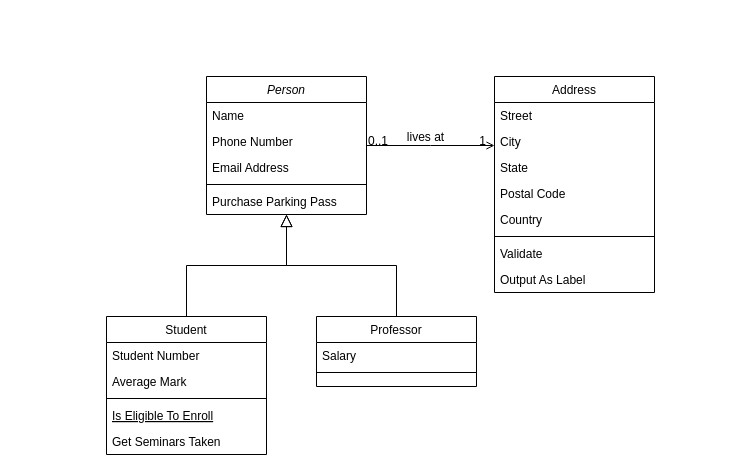
This is docs/img/Untitled Diagram.drawio from denmaloyreb/arch_stage1, a draw.io file, before an edit. Source tidied: cells renumbered, new cells numbered last; positions are measured from the earlier drawing's top-left corner, leaving out a move shared by most shapes. Both pictures are drawn from the tidied source at 100%, with x=0, y=0 at pixel (106, 76).
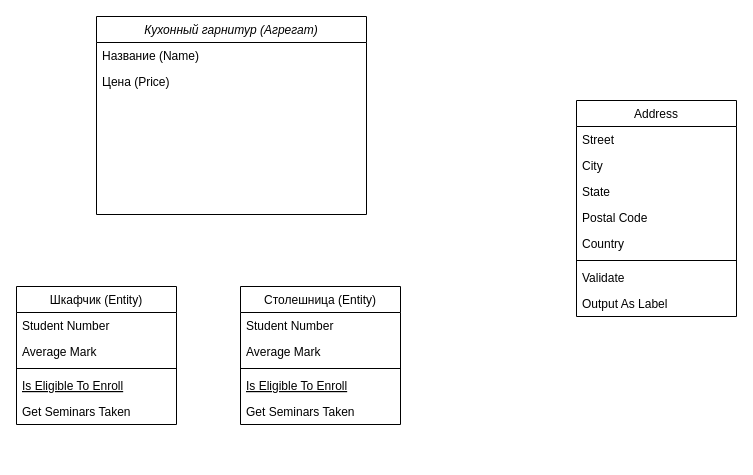
The same diagram, later.

Change to the diagram source:
```diff
@@
-    <mxCell id="2" value="Person" style="swimlane;fontStyle=2;align=center;verticalAlign=top;horizontal=1;startSize=26;rounded=0;shadow=0;strokeWidth=1;" parent="1" vertex="1">
-      <mxGeometry x="100" width="160" height="138" as="geometry" />
+    <mxCell id="2" value="Кухонный гарнитур (Агрегат)" style="swimlane;fontStyle=2;align=center;verticalAlign=top;horizontal=1;startSize=26;rounded=0;shadow=0;strokeWidth=1;" parent="1" vertex="1">
+      <mxGeometry x="-10" y="-60" width="270" height="198" as="geometry" />
     </mxCell>
-    <mxCell id="3" value="Name" style="text;align=left;verticalAlign=top;spacingLeft=4;spacingRight=4;overflow=hidden;" parent="2" vertex="1">
-      <mxGeometry y="26" width="160" height="26" as="geometry" />
+    <mxCell id="3" value="Название (Name)" style="text;align=left;verticalAlign=top;spacingLeft=4;spacingRight=4;overflow=hidden;" parent="2" vertex="1">
+      <mxGeometry y="26" width="270" height="26" as="geometry" />
     </mxCell>
-    <mxCell id="4" value="Phone Number" style="text;align=left;verticalAlign=top;spacingLeft=4;spacingRight=4;overflow=hidden;rounded=0;shadow=0;html=0;" parent="2" vertex="1">
-      <mxGeometry y="52" width="160" height="26" as="geometry" />
+    <mxCell id="4" value="Цена (Price)" style="text;align=left;verticalAlign=top;spacingLeft=4;spacingRight=4;overflow=hidden;rounded=0;shadow=0;html=0;" parent="2" vertex="1">
+      <mxGeometry y="52" width="270" height="26" as="geometry" />
     </mxCell>
-    <mxCell id="5" value="Email Address" style="text;align=left;verticalAlign=top;spacingLeft=4;spacingRight=4;overflow=hidden;rounded=0;shadow=0;html=0;" parent="2" vertex="1">
-      <mxGeometry y="78" width="160" height="26" as="geometry" />
-    </mxCell>
-    <mxCell id="6" style="line;html=1;strokeWidth=1;align=left;verticalAlign=middle;spacingTop=-1;spacingLeft=3;spacingRight=3;labelPosition=right;" parent="2" vertex="1">
-      <mxGeometry y="104" width="160" height="8" as="geometry" />
-    </mxCell>
-    <mxCell id="7" value="Purchase Parking Pass" style="text;align=left;verticalAlign=top;spacingLeft=4;spacingRight=4;overflow=hidden;" parent="2" vertex="1">
-      <mxGeometry y="112" width="160" height="26" as="geometry" />
-    </mxCell>
-    <mxCell id="8" value="Student" style="swimlane;fontStyle=0;align=center;verticalAlign=top;horizontal=1;startSize=26;rounded=0;shadow=0;strokeWidth=1;" parent="1" vertex="1">
-      <mxGeometry y="240" width="160" height="138" as="geometry" />
+    <mxCell id="8" value="Шкафчик (Entity)" style="swimlane;fontStyle=0;align=center;verticalAlign=top;horizontal=1;startSize=26;rounded=0;shadow=0;strokeWidth=1;" parent="1" vertex="1">
+      <mxGeometry x="-90" y="210" width="160" height="138" as="geometry" />
     </mxCell>
@@
-    <mxCell id="14" style="endArrow=block;endSize=10;endFill=0;shadow=0;strokeWidth=1;rounded=0;edgeStyle=elbowEdgeStyle;elbow=vertical;" parent="1" edge="1" source="8" target="2">
-      <mxGeometry relative="1" as="geometry" />
-    </mxCell>
-    <mxCell id="15" value="Professor" style="swimlane;fontStyle=0;align=center;verticalAlign=top;horizontal=1;startSize=26;rounded=0;shadow=0;strokeWidth=1;" parent="1" vertex="1">
-      <mxGeometry x="210" y="240" width="160" height="70" as="geometry" />
-    </mxCell>
-    <mxCell id="16" value="Salary" style="text;align=left;verticalAlign=top;spacingLeft=4;spacingRight=4;overflow=hidden;" parent="15" vertex="1">
-      <mxGeometry y="26" width="160" height="26" as="geometry" />
-    </mxCell>
-    <mxCell id="17" style="line;html=1;strokeWidth=1;align=left;verticalAlign=middle;spacingTop=-1;spacingLeft=3;spacingRight=3;labelPosition=right;" parent="15" vertex="1">
-      <mxGeometry y="52" width="160" height="8" as="geometry" />
-    </mxCell>
-    <mxCell id="18" style="endArrow=block;endSize=10;endFill=0;shadow=0;strokeWidth=1;rounded=0;edgeStyle=elbowEdgeStyle;elbow=vertical;" parent="1" edge="1" source="15" target="2">
-      <mxGeometry relative="1" as="geometry" />
-    </mxCell>
     <mxCell id="19" value="Address" style="swimlane;fontStyle=0;align=center;verticalAlign=top;horizontal=1;startSize=26;rounded=0;shadow=0;strokeWidth=1;" parent="1" vertex="1">
-      <mxGeometry x="388" width="160" height="216" as="geometry" />
+      <mxGeometry x="470" y="24" width="160" height="216" as="geometry" />
     </mxCell>
@@
-    <mxCell id="28" style="endArrow=open;shadow=0;strokeWidth=1;rounded=0;endFill=1;edgeStyle=elbowEdgeStyle;elbow=vertical;" parent="1" edge="1" source="2" target="19">
-      <mxGeometry x="0.5" y="41" relative="1" as="geometry">
-        <mxPoint x="-40" y="32" as="offset" />
-      </mxGeometry>
-    </mxCell>
-    <mxCell id="29" value="0..1" style="align=left;verticalAlign=bottom;labelBackgroundColor=none;fontSize=12;" parent="28" vertex="1">
-      <mxGeometry x="-1" relative="1" as="geometry">
-        <mxPoint y="4" as="offset" />
-      </mxGeometry>
-    </mxCell>
-    <mxCell id="30" value="1" style="align=right;verticalAlign=bottom;labelBackgroundColor=none;fontSize=12;" parent="28" vertex="1">
-      <mxGeometry x="1" relative="1" as="geometry">
-        <mxPoint x="-7" y="4" as="offset" />
-      </mxGeometry>
-    </mxCell>
-    <mxCell id="31" value="lives at" style="text;html=1;align=center;verticalAlign=middle;labelBackgroundColor=none;rounded=0;shadow=0;strokeWidth=1;fontSize=12;" parent="28" vertex="1">
-      <mxGeometry x="0.5" y="49" relative="1" as="geometry">
-        <mxPoint x="-38" y="40" as="offset" />
-      </mxGeometry>
-    </mxCell>
+    <mxCell id="32" value="Столешница (Entity)" style="swimlane;fontStyle=0;align=center;verticalAlign=top;horizontal=1;startSize=26;rounded=0;shadow=0;strokeWidth=1;" parent="1" vertex="1">
+      <mxGeometry x="134" y="210" width="160" height="138" as="geometry" />
+    </mxCell>
+    <mxCell id="33" value="Student Number" style="text;align=left;verticalAlign=top;spacingLeft=4;spacingRight=4;overflow=hidden;" parent="32" vertex="1">
+      <mxGeometry y="26" width="160" height="26" as="geometry" />
+    </mxCell>
+    <mxCell id="34" value="Average Mark" style="text;align=left;verticalAlign=top;spacingLeft=4;spacingRight=4;overflow=hidden;rounded=0;shadow=0;html=0;" parent="32" vertex="1">
+      <mxGeometry y="52" width="160" height="26" as="geometry" />
+    </mxCell>
+    <mxCell id="35" style="line;html=1;strokeWidth=1;align=left;verticalAlign=middle;spacingTop=-1;spacingLeft=3;spacingRight=3;labelPosition=right;" parent="32" vertex="1">
+      <mxGeometry y="78" width="160" height="8" as="geometry" />
+    </mxCell>
+    <mxCell id="36" value="Is Eligible To Enroll" style="text;align=left;verticalAlign=top;spacingLeft=4;spacingRight=4;overflow=hidden;fontStyle=4;" parent="32" vertex="1">
+      <mxGeometry y="86" width="160" height="26" as="geometry" />
+    </mxCell>
+    <mxCell id="37" value="Get Seminars Taken" style="text;align=left;verticalAlign=top;spacingLeft=4;spacingRight=4;overflow=hidden;" parent="32" vertex="1">
+      <mxGeometry y="112" width="160" height="26" as="geometry" />
+    </mxCell>
```
